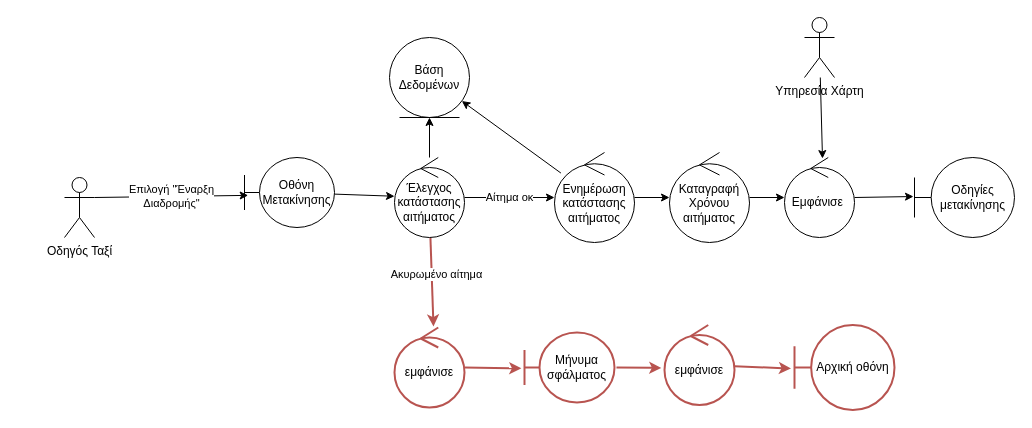
Above: Part_2/Robustness/diagrams/09_Επιβίβαση_σε_Ταξί.drawio in Nikolis2002/texnoligia_logismikou (draw.io), before the change. Source tidied: cells renumbered, new cells numbered last; positions are measured from the earlier drawing's top-left corner, leaving out a move shared by most shapes. Both pictures are drawn from the tidied source at 100%, with x=0, y=0 at pixel (64, 17).
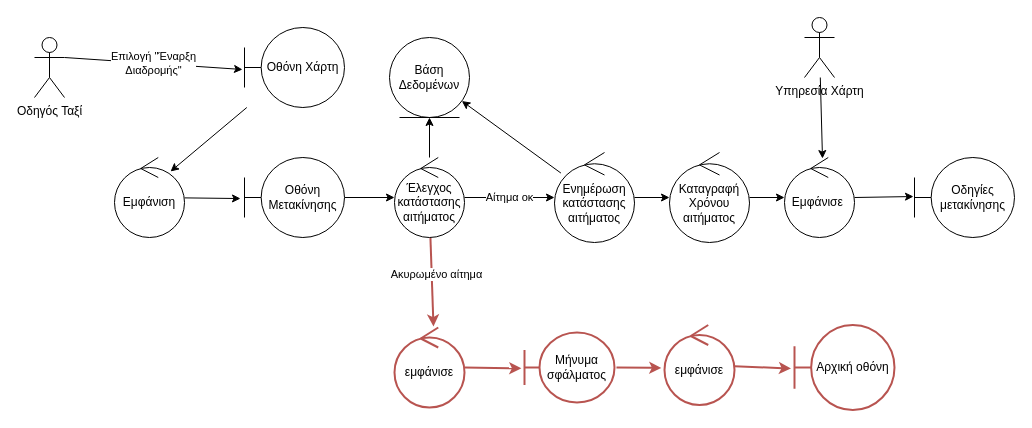
The same diagram, later.

What changed in the source:
```diff
@@
-    <mxCell id="2" value="Επιλογή &quot;Έναρξη&lt;br&gt;Διαδρομής&quot;" style="edgeStyle=none;html=1;exitX=1;exitY=0.3333333333333333;exitDx=0;exitDy=0;exitPerimeter=0;entryX=0.041;entryY=0.541;entryDx=0;entryDy=0;entryPerimeter=0;" parent="1" edge="1" source="3" target="5">
+    <mxCell id="2" value="Επιλογή &quot;Έναρξη&lt;br&gt;Διαδρομής&quot;" style="edgeStyle=none;html=1;exitX=1;exitY=0.3333333333333333;exitDx=0;exitDy=0;exitPerimeter=0;entryX=-0.02;entryY=0.525;entryDx=0;entryDy=0;entryPerimeter=0;" parent="1" edge="1" source="3" target="30">
       <mxGeometry relative="1" as="geometry" />
     </mxCell>
     <mxCell id="3" value="Οδηγός Ταξί" style="shape=umlActor;verticalLabelPosition=bottom;verticalAlign=top;html=1;" parent="1" vertex="1">
-      <mxGeometry y="160" width="30" height="60" as="geometry" />
+      <mxGeometry x="-30" y="20" width="30" height="60" as="geometry" />
     </mxCell>
@@
     <mxCell id="5" value="Οθόνη&lt;br&gt;Μετακίνησης" style="shape=umlBoundary;whiteSpace=wrap;html=1;" parent="1" vertex="1">
-      <mxGeometry x="180" y="140" width="90" height="70" as="geometry" />
+      <mxGeometry x="180" y="140" width="100" height="80" as="geometry" />
     </mxCell>
@@
+    <mxCell id="29" style="edgeStyle=none;html=1;entryX=0.8;entryY=0.175;entryDx=0;entryDy=0;entryPerimeter=0;" parent="1" edge="1" source="30" target="32">
+      <mxGeometry relative="1" as="geometry" />
+    </mxCell>
+    <mxCell id="30" value="Οθόνη Χάρτη" style="shape=umlBoundary;whiteSpace=wrap;html=1;" parent="1" vertex="1">
+      <mxGeometry x="180" y="10" width="100" height="80" as="geometry" />
+    </mxCell>
+    <mxCell id="31" style="edgeStyle=none;html=1;entryX=-0.04;entryY=0.513;entryDx=0;entryDy=0;entryPerimeter=0;" parent="1" edge="1" source="32" target="5">
+      <mxGeometry relative="1" as="geometry" />
+    </mxCell>
+    <mxCell id="32" value="Εμφάνιση" style="ellipse;shape=umlControl;whiteSpace=wrap;html=1;" parent="1" vertex="1">
+      <mxGeometry x="50" y="140" width="70" height="80" as="geometry" />
+    </mxCell>
```
